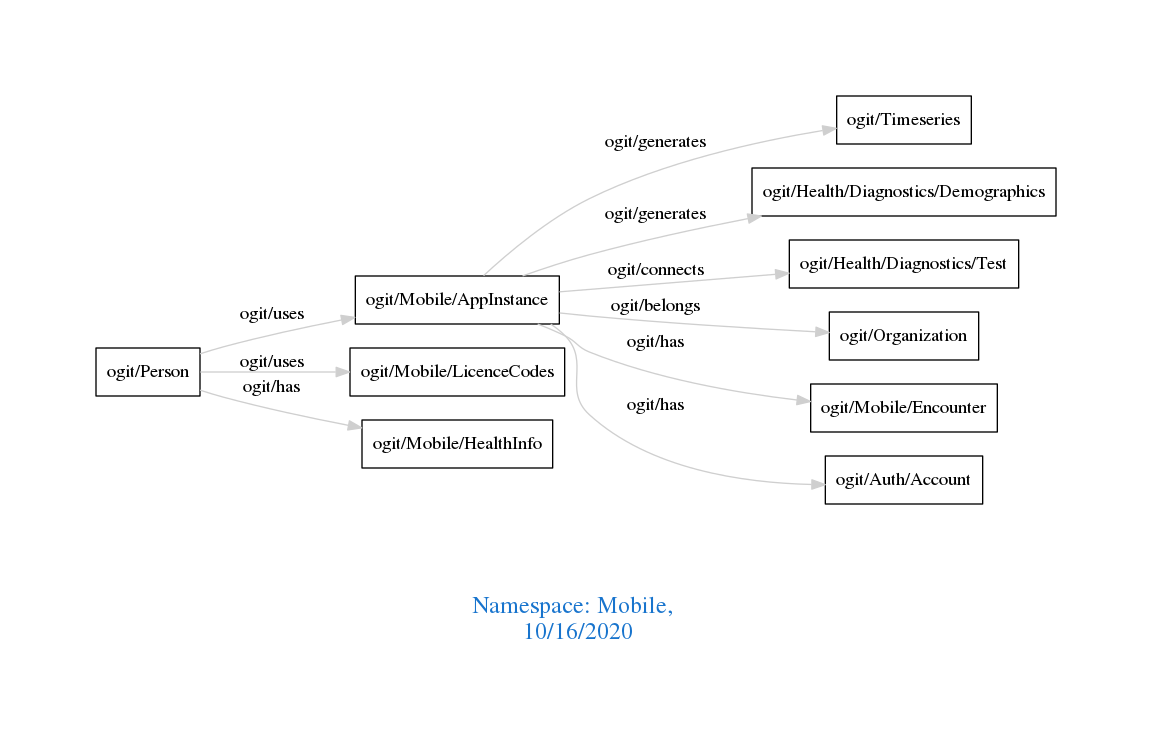
Above: downloads/Mobile.png in arago/OGIT (Graphviz), before the change. Its source is kept beside it as downloads/Mobile.dot.
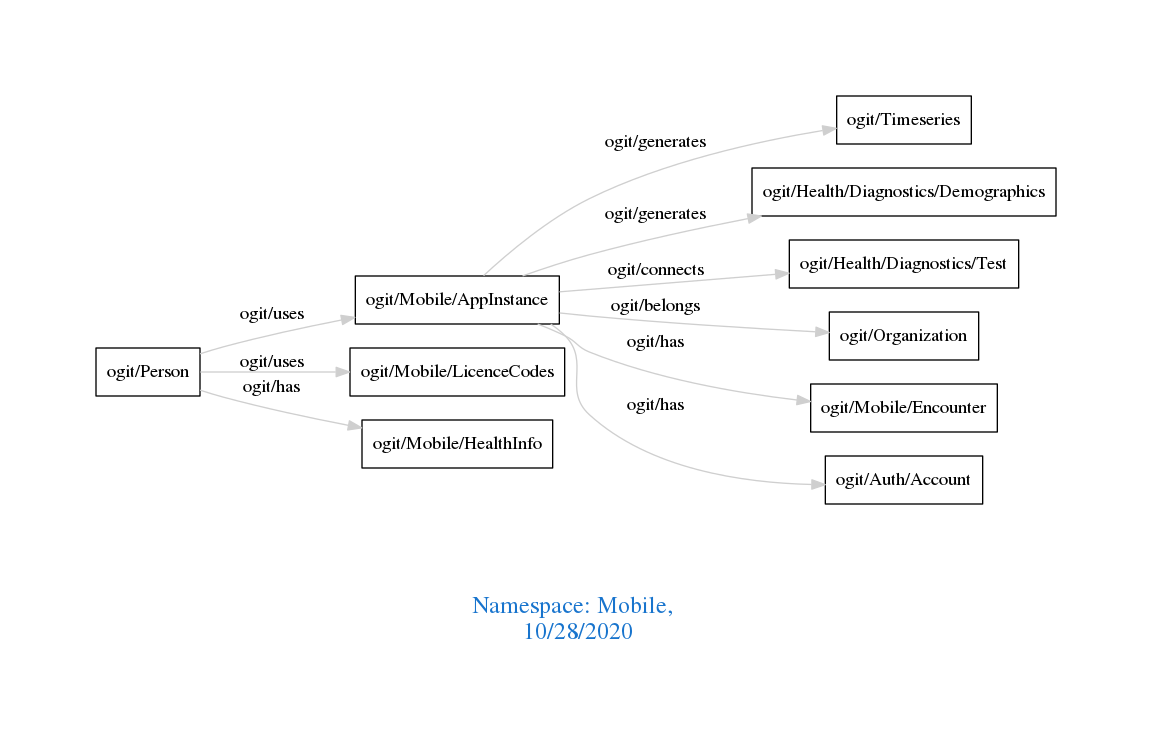
The same file after the commit.

Diff of the diagram source:
```diff
@@ -1,7 +1,7 @@
 digraph OGIT_ontology {
  graph [ rankdir= LR,pad=1
 fontsize = 18,
-fontcolor= dodgerblue3,label = "\n\n\nNamespace: Mobile, \n 10/16/2020"];
+fontcolor= dodgerblue3,label = "\n\n\nNamespace: Mobile, \n 10/28/2020"];
 node[shape=polygon];
 edge [  color="gray81"];
 
```
